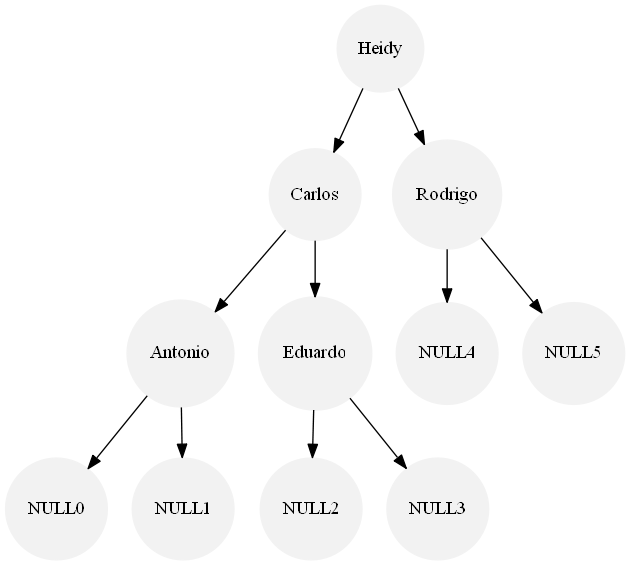
Earlier version of the Graphviz export RepJugadores.png (loumisha96/EDD_1S2020_PY1_201602935). Its source is kept beside it as RepJugadores.dot.
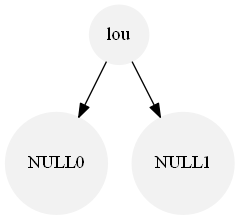
The same diagram one commit later.

Change to the diagram source:
```diff
@@ -1,14 +1,6 @@
 digraph G{
 node[shape=circle, style=filled, color = Gray95];
 edge[color =black]
-Heidy->Carlos
-Carlos->Antonio
-Antonio->NULL0
-Antonio->NULL1
-Carlos->Eduardo
-Eduardo->NULL2
-Eduardo->NULL3
-Heidy->Rodrigo
-Rodrigo->NULL4
-Rodrigo->NULL5
+lou->NULL0
+lou->NULL1
 }
```
